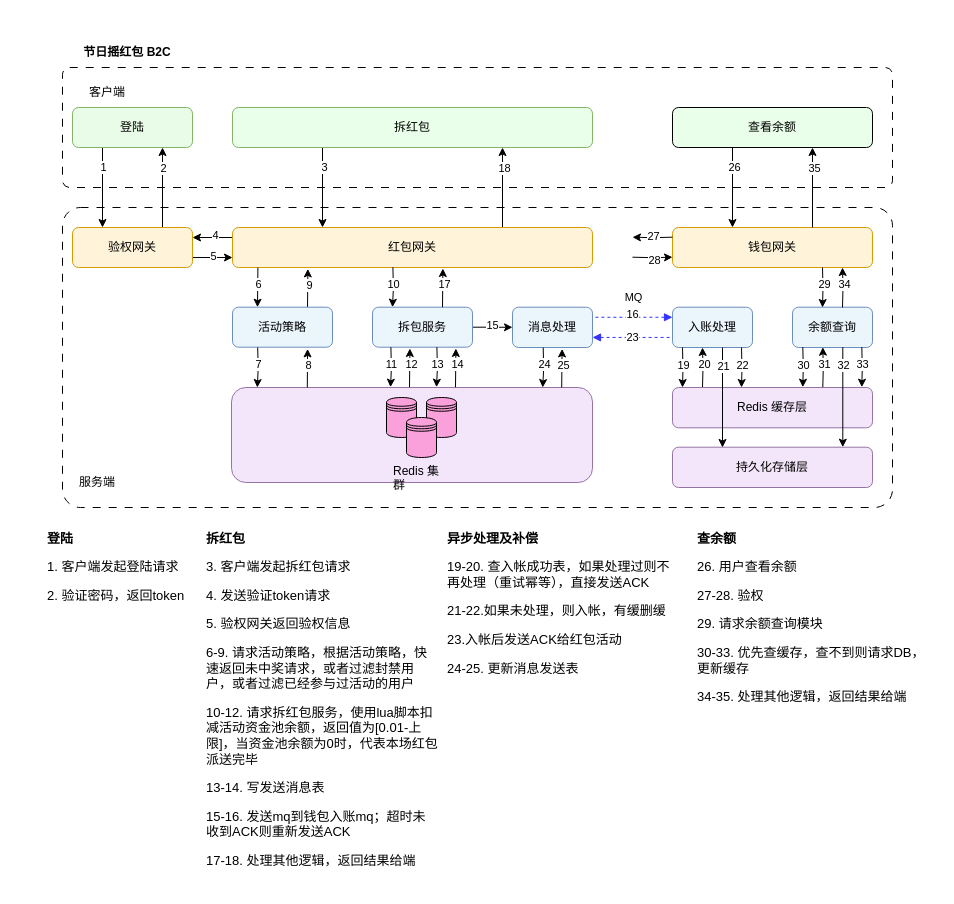
BacklitCat/Architecture keeps this draw.io diagram as 抢红包系统设计.drawio. Above is the earlier version. Source tidied: cells renumbered, new cells numbered last; positions are measured from the earlier drawing's top-left corner, leaving out a move shared by most shapes. Both pictures are drawn from the tidied source at 100%, with x=0, y=0 at pixel (17, 17).
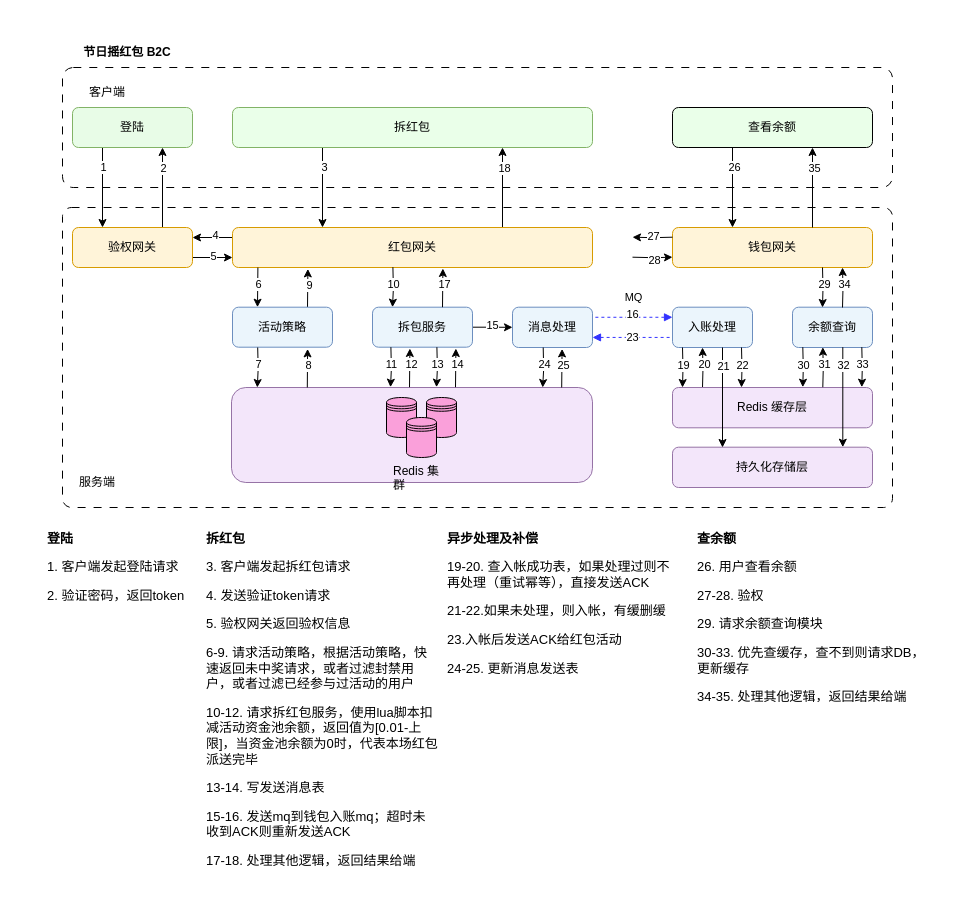
Above is the later version.

Commit message (it also covers changes not shown here):
更新抢红包系统设计.drawio

Diff of the diagram source:
```diff
@@
-    <mxCell id="3" style="rounded=1;whiteSpace=wrap;html=1;fillColor=none;arcSize=6;dashed=1;dashPattern=8 8;" parent="1" vertex="1">
+    <mxCell id="3" style="rounded=1;whiteSpace=wrap;html=1;fillColor=none;arcSize=3;dashed=1;dashPattern=8 8;" parent="1" vertex="1">
       <mxGeometry x="45" y="190" width="830" height="300" as="geometry" />
     </mxCell>
-    <mxCell id="4" style="rounded=1;whiteSpace=wrap;html=1;fillColor=none;arcSize=6;dashed=1;dashPattern=8 8;" parent="1" vertex="1">
+    <mxCell id="4" style="rounded=1;whiteSpace=wrap;html=1;fillColor=none;arcSize=9;dashed=1;dashPattern=8 8;" parent="1" vertex="1">
       <mxGeometry x="45" y="50" width="830" height="120" as="geometry" />
     </mxCell>
```
